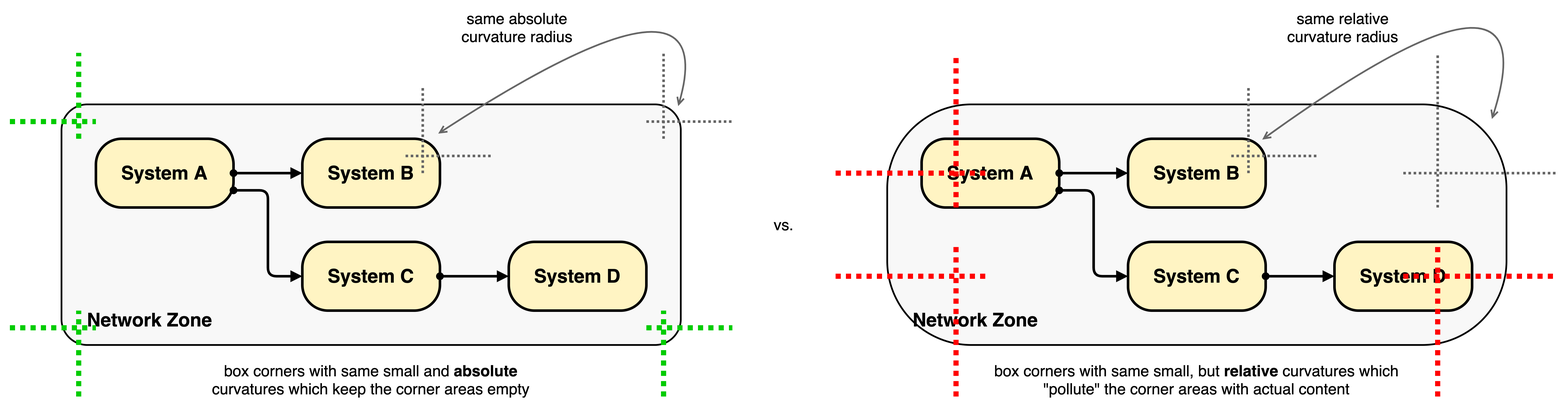
martinleggewie/visual-tips-for-creating-schematic-diagrams keeps this draw.io diagram as diagrams/box-guideline_consistent-corner-curvature_2.png. Above is the earlier version. Source tidied: cells renumbered, new cells last; positions are measured from the earlier drawing's top-left corner, leaving out a move shared by most shapes.
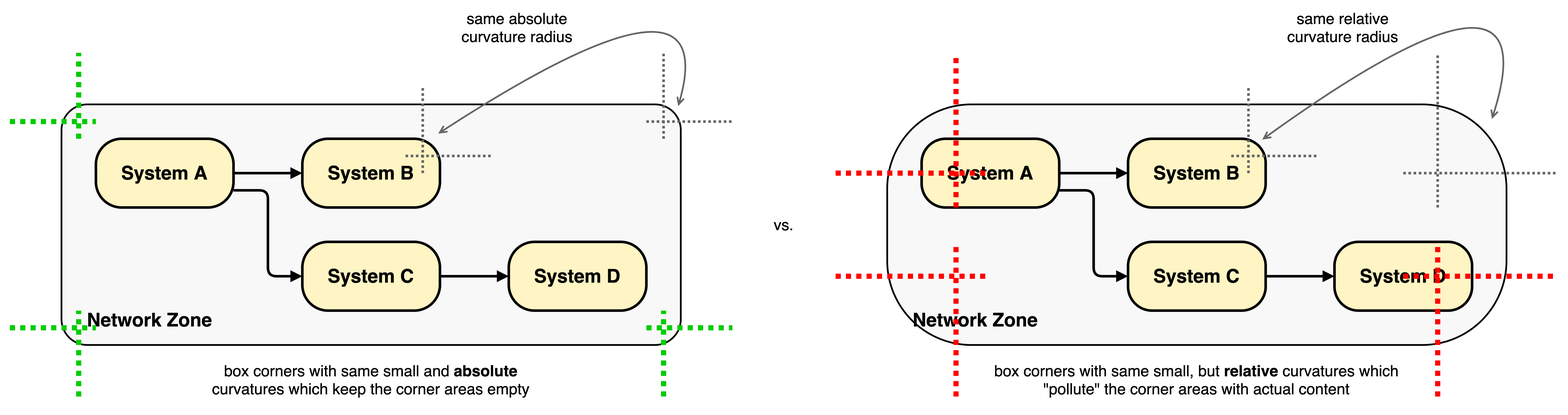
After the commit.

Change to the diagram source:
```diff
@@ -19,7 +19,7 @@
     <mxCell id="8" value="System B" style="rounded=1;whiteSpace=wrap;html=1;strokeWidth=3;fontSize=22;fontStyle=1;fillColor=#FFF4C3;arcSize=60;absoluteArcSize=1;" parent="6" vertex="1">
       <mxGeometry x="350" y="243" width="160" height="80" as="geometry" />
     </mxCell>
-    <mxCell id="9" style="edgeStyle=none;rounded=0;jettySize=auto;html=1;startArrow=oval;startFill=1;endArrow=block;endFill=1;strokeWidth=3;fontSize=22;" parent="6" edge="1" source="7" target="8">
+    <mxCell id="9" style="edgeStyle=none;rounded=0;jettySize=auto;html=1;startArrow=none;startFill=0;endArrow=block;endFill=1;strokeWidth=3;fontSize=22;" parent="6" edge="1" source="7" target="8">
       <mxGeometry relative="1" as="geometry" />
     </mxCell>
     <mxCell id="10" value="System C" style="rounded=1;whiteSpace=wrap;html=1;strokeWidth=3;fontSize=22;fontStyle=1;fillColor=#FFF4C3;arcSize=60;absoluteArcSize=1;" parent="6" vertex="1">
@@ -28,10 +28,10 @@
     <mxCell id="11" value="System D" style="rounded=1;whiteSpace=wrap;html=1;strokeWidth=3;fontSize=22;fontStyle=1;fillColor=#FFF4C3;arcSize=60;absoluteArcSize=1;" parent="6" vertex="1">
       <mxGeometry x="590" y="363" width="160" height="80" as="geometry" />
     </mxCell>
-    <mxCell id="12" style="edgeStyle=none;rounded=0;jettySize=auto;html=1;fontSize=22;startArrow=oval;startFill=1;endArrow=block;endFill=1;strokeWidth=3;" parent="6" edge="1" source="10" target="11">
+    <mxCell id="12" style="edgeStyle=none;rounded=0;jettySize=auto;html=1;fontSize=22;startArrow=none;startFill=0;endArrow=block;endFill=1;strokeWidth=3;" parent="6" edge="1" source="10" target="11">
       <mxGeometry relative="1" as="geometry" />
     </mxCell>
-    <mxCell id="13" style="edgeStyle=none;rounded=1;jettySize=auto;html=1;fontSize=22;startArrow=oval;startFill=1;endArrow=block;endFill=1;strokeWidth=3;exitX=1;exitY=0.75;exitDx=0;exitDy=0;entryX=0;entryY=0.5;entryDx=0;entryDy=0;arcSize=20;" parent="6" edge="1" source="7" target="10">
+    <mxCell id="13" style="edgeStyle=none;rounded=1;jettySize=auto;html=1;fontSize=22;startArrow=none;startFill=0;endArrow=block;endFill=1;strokeWidth=3;exitX=1;exitY=0.75;exitDx=0;exitDy=0;entryX=0;entryY=0.5;entryDx=0;entryDy=0;arcSize=20;" parent="6" edge="1" source="7" target="10">
       <mxGeometry relative="1" as="geometry">
         <Array as="points">
           <mxPoint x="310" y="303" />
@@ -51,10 +51,10 @@
     <mxCell id="17" value="System D" style="rounded=1;whiteSpace=wrap;html=1;strokeWidth=3;fontSize=22;fontStyle=1;fillColor=#FFF4C3;arcSize=35;absoluteArcSize=0;" parent="6" vertex="1">
       <mxGeometry x="1550" y="363" width="160" height="80" as="geometry" />
     </mxCell>
-    <mxCell id="18" style="edgeStyle=none;rounded=0;jettySize=auto;html=1;fontSize=22;startArrow=oval;startFill=1;endArrow=block;endFill=1;strokeWidth=3;" parent="6" edge="1" source="16" target="17">
+    <mxCell id="18" style="edgeStyle=none;rounded=0;jettySize=auto;html=1;fontSize=22;startArrow=none;startFill=0;endArrow=block;endFill=1;strokeWidth=3;" parent="6" edge="1" source="16" target="17">
       <mxGeometry relative="1" as="geometry" />
     </mxCell>
-    <mxCell id="19" style="edgeStyle=none;rounded=1;jettySize=auto;html=1;fontSize=22;startArrow=oval;startFill=1;endArrow=block;endFill=1;strokeWidth=3;exitX=1;exitY=0.75;exitDx=0;exitDy=0;entryX=0;entryY=0.5;entryDx=0;entryDy=0;arcSize=20;" parent="6" edge="1" source="14" target="16">
+    <mxCell id="19" style="edgeStyle=none;rounded=1;jettySize=auto;html=1;fontSize=22;startArrow=none;startFill=0;endArrow=block;endFill=1;strokeWidth=3;exitX=1;exitY=0.75;exitDx=0;exitDy=0;entryX=0;entryY=0.5;entryDx=0;entryDy=0;arcSize=20;" parent="6" edge="1" source="14" target="16">
       <mxGeometry relative="1" as="geometry">
         <Array as="points">
           <mxPoint x="1270" y="303" />
@@ -62,7 +62,7 @@
         </Array>
       </mxGeometry>
     </mxCell>
-    <mxCell id="20" style="edgeStyle=none;rounded=1;jettySize=auto;html=1;fontSize=22;startArrow=oval;startFill=1;endArrow=block;endFill=1;strokeWidth=3;" parent="6" edge="1" source="14" target="15">
+    <mxCell id="20" style="edgeStyle=none;rounded=1;jettySize=auto;html=1;fontSize=22;startArrow=none;startFill=0;endArrow=block;endFill=1;strokeWidth=3;" parent="6" edge="1" source="14" target="15">
       <mxGeometry relative="1" as="geometry" />
     </mxCell>
     <mxCell id="21" value="description" parent="0" />
```
